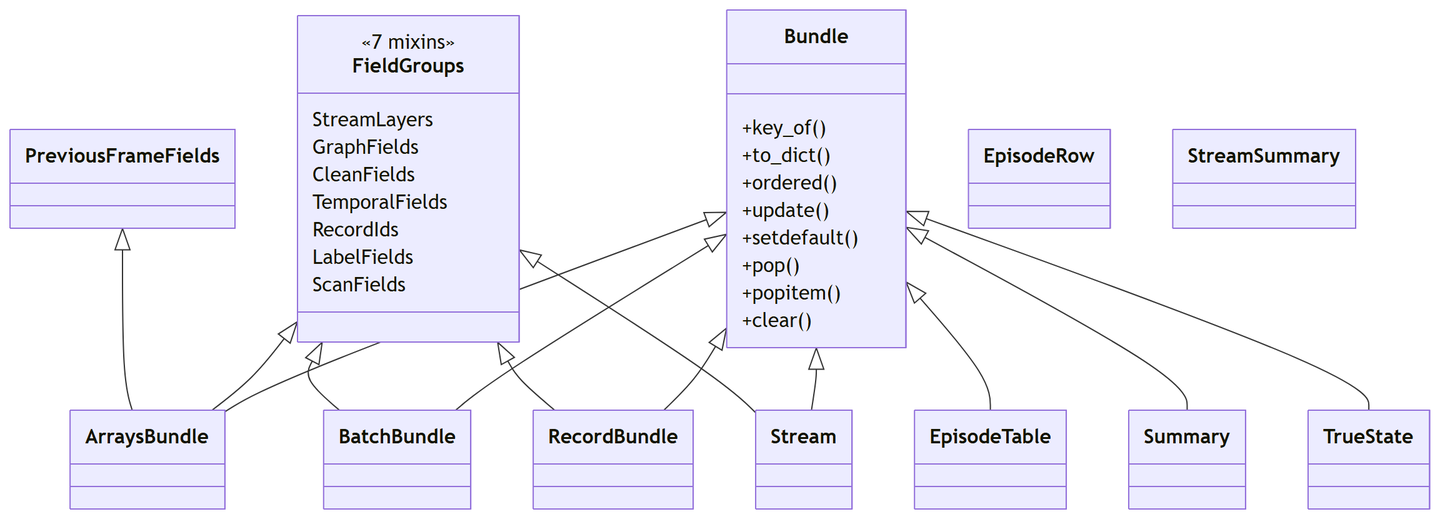
Above: docs/figures/diagrams/classes_models.png in myersben9/fdia-graph (Mermaid), before the change. Its source is kept beside it as docs/figures/diagrams/classes_models.mmd.
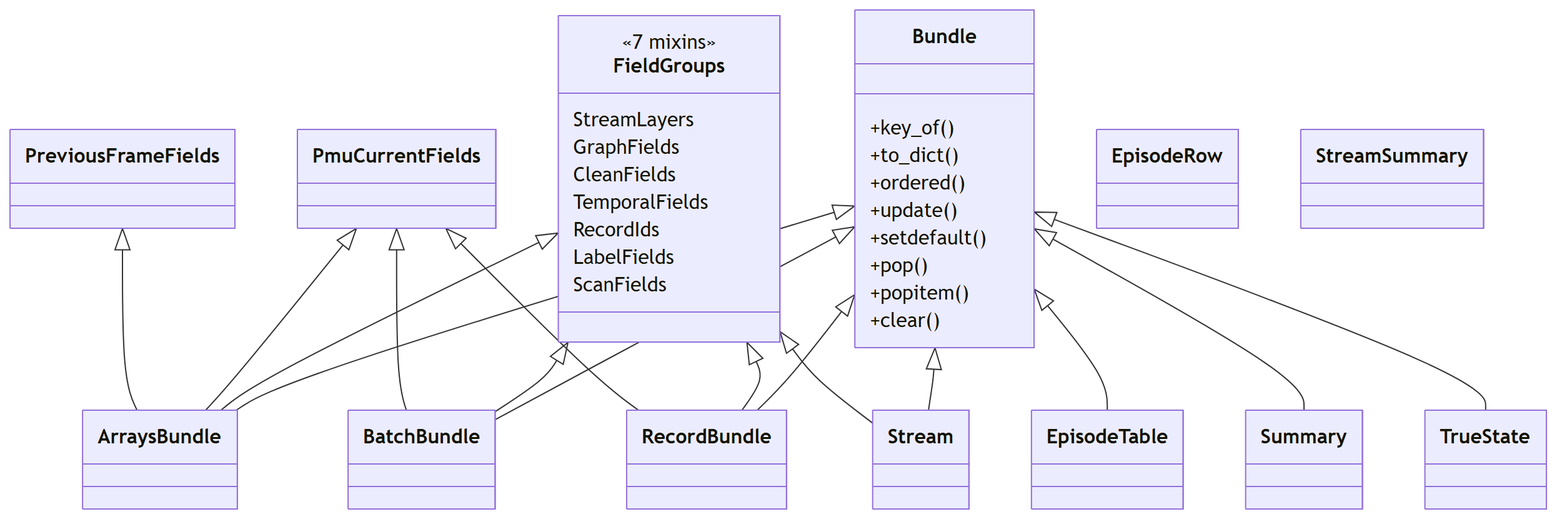
After the change.

What changed in the source:
```diff
@@ -20,6 +20,8 @@
         +clear()
     }
     class PreviousFrameFields {
+    }
+    class PmuCurrentFields {
     }
     class RecordBundle {
     }
@@ -50,4 +52,7 @@
     FieldGroups <|-- BatchBundle
     FieldGroups <|-- RecordBundle
     FieldGroups <|-- Stream
+    PmuCurrentFields <|-- ArraysBundle
+    PmuCurrentFields <|-- BatchBundle
+    PmuCurrentFields <|-- RecordBundle
     PreviousFrameFields <|-- ArraysBundle
```
